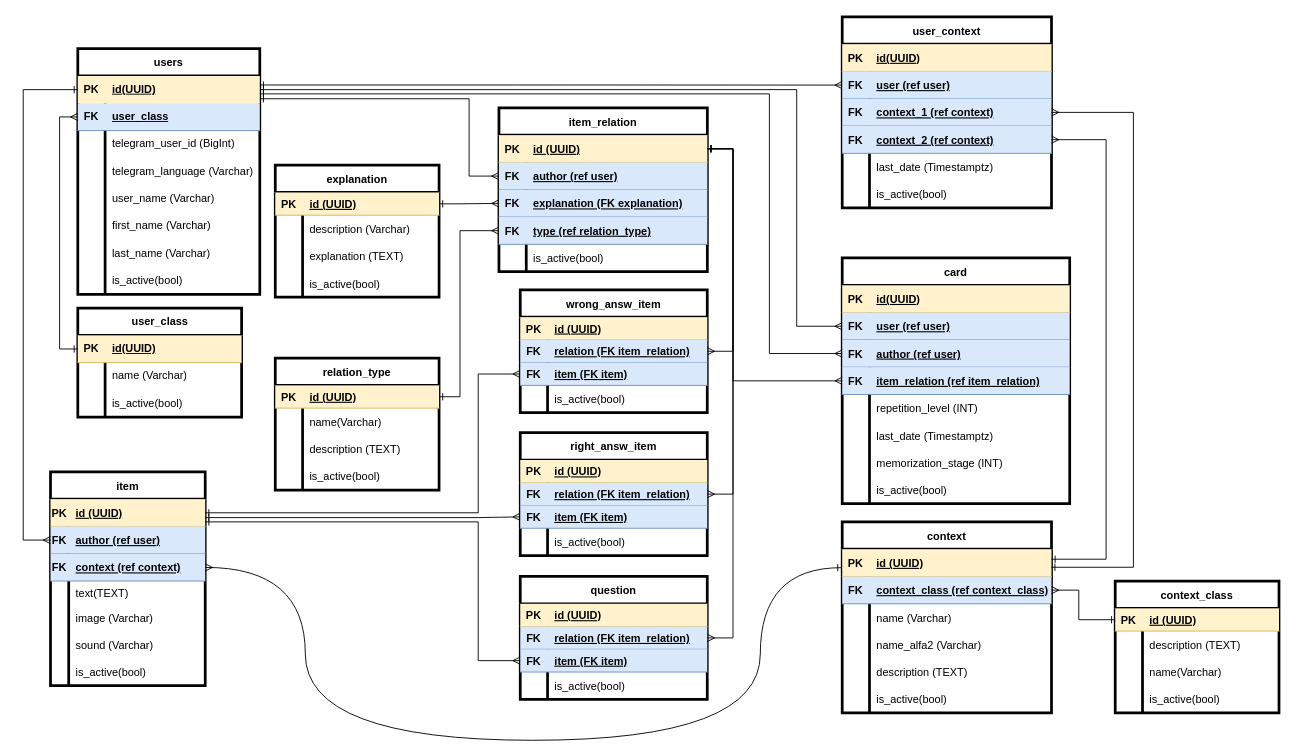
This is doc/db_structure.drawio from essayNEXT/REPETITOR, a draw.io file, before an edit. Source tidied: cells renumbered, new cells numbered last; positions are measured from the earlier drawing's top-left corner, leaving out a move shared by most shapes. Both pictures are drawn from the tidied source at 91%, with x=0, y=0 at pixel (23, 16).
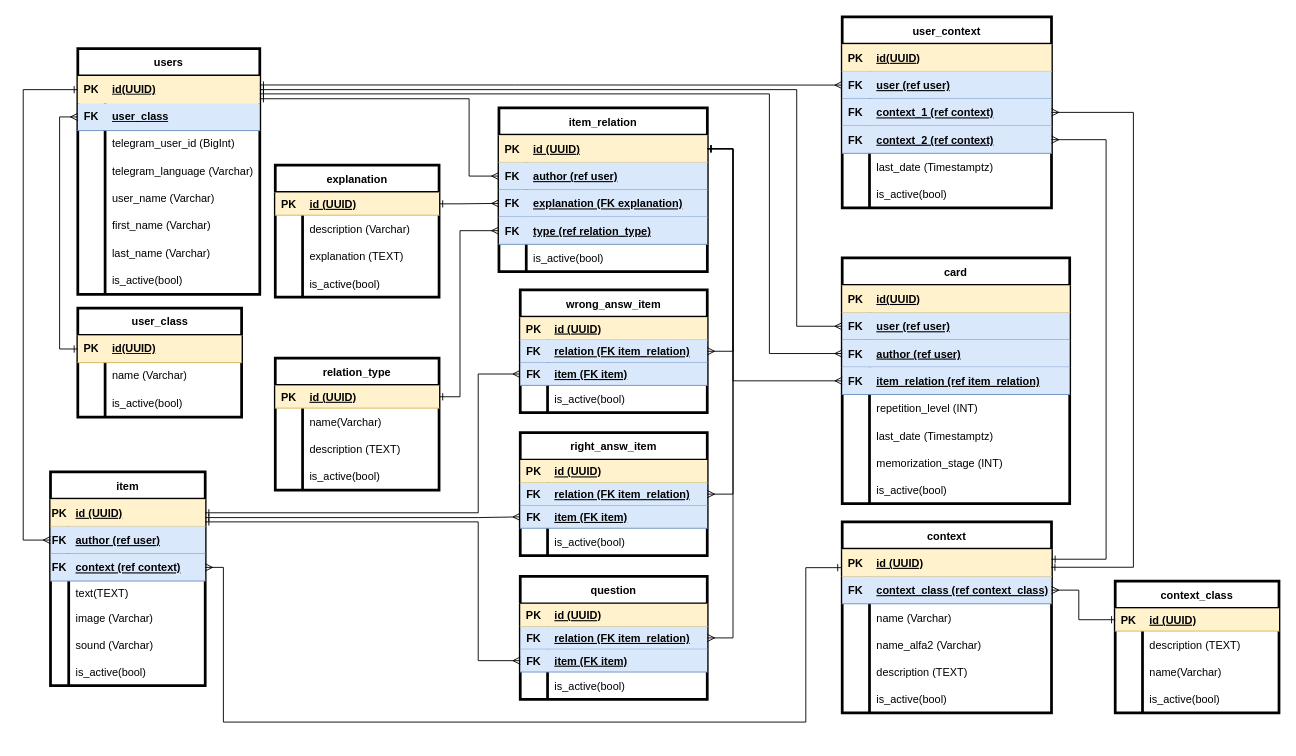
After the change.

Unchanged cells that the change refers to:
```xml
<mxCell id="45" style="shape=tableRow;horizontal=0;startSize=0;swimlaneHead=0;swimlaneBody=0;fillColor=#dae8fc;points=[[0,0.5],[1,0.5]];portConstraint=eastwest;top=0;left=0;right=0;bottom=1;swimlaneLine=0;strokeColor=#6c8ebf;" parent="38" vertex="1">
  <mxGeometry y="90" width="170" height="30" as="geometry" />
</mxCell>
<mxCell id="121" style="shape=tableRow;horizontal=0;startSize=0;swimlaneHead=0;swimlaneBody=0;fillColor=#fff2cc;points=[[0,0.5],[1,0.5]];portConstraint=eastwest;top=0;left=0;right=0;bottom=1;strokeColor=#d6b656;" parent="120" vertex="1">
  <mxGeometry y="30" width="230" height="30" as="geometry" />
</mxCell>
```

Diff of the diagram source:
```diff
@@
-    <mxCell id="162" style="edgeStyle=orthogonalEdgeStyle;fontSize=12;html=1;endArrow=ERmany;rounded=0;exitX=-0.004;exitY=0.677;exitDx=0;exitDy=0;startArrow=ERone;startFill=0;entryX=1;entryY=0.5;entryDx=0;entryDy=0;exitPerimeter=0;curved=1;" parent="1" edge="1" source="121" target="45">
+    <mxCell id="162" style="edgeStyle=orthogonalEdgeStyle;fontSize=12;html=1;endArrow=ERmany;rounded=0;exitX=-0.004;exitY=0.677;exitDx=0;exitDy=0;startArrow=ERone;startFill=0;entryX=1;entryY=0.5;entryDx=0;entryDy=0;exitPerimeter=0;" parent="1" edge="1" source="121" target="45">
       <mxGeometry relative="1" as="geometry">
         <Array as="points">
-          <mxPoint x="810" y="605" />
-          <mxPoint x="810" y="795" />
-          <mxPoint x="310" y="795" />
-          <mxPoint x="310" y="605" />
+          <mxPoint x="860" y="605" />
+          <mxPoint x="860" y="775" />
+          <mxPoint x="220" y="775" />
+          <mxPoint x="220" y="605" />
         </Array>
       </mxGeometry>
     </mxCell>
```
